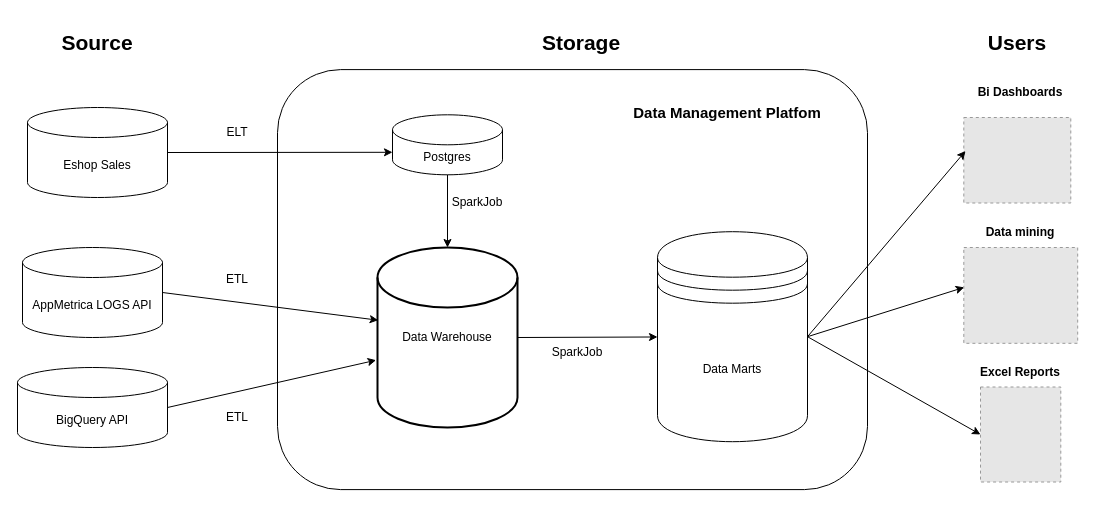
Earlier version of the draw.io diagram Module01/data_flow_architecture.drawio (highscreen/DE-101). Source tidied: cells renumbered, new cells numbered last; positions are measured from the earlier drawing's top-left corner, leaving out a move shared by most shapes. Both pictures are drawn from the tidied source at 100%, with x=0, y=0 at pixel (17, 27). Pictures stored in the file or linked from it are replaced by grey dashed boxes.
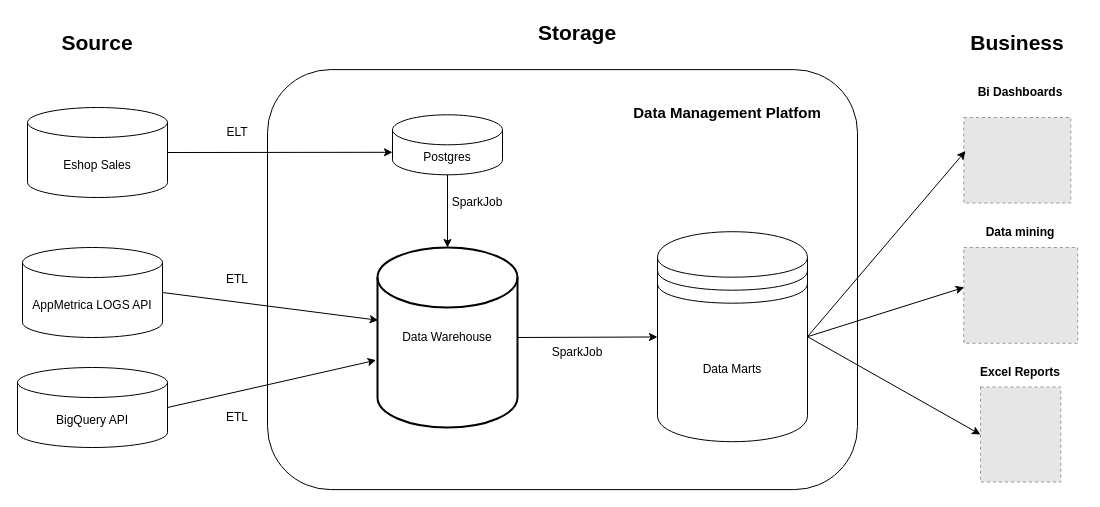
Above is the later version.

The edit, as a diff of the source:
```diff
@@
     <mxCell id="2" style="rounded=1;whiteSpace=wrap;html=1;fontStyle=1;" parent="1" vertex="1">
-      <mxGeometry x="260" y="42.1" width="590" height="420" as="geometry" />
+      <mxGeometry x="250" y="42.1" width="590" height="420" as="geometry" />
     </mxCell>
@@
     <mxCell id="22" value="&lt;b&gt;&lt;font style=&quot;font-size: 21px;&quot;&gt;Storage&lt;/font&gt;&lt;/b&gt;" style="text;strokeColor=none;align=center;fillColor=none;html=1;verticalAlign=middle;whiteSpace=wrap;rounded=0;" parent="1" vertex="1">
-      <mxGeometry x="534" width="60" height="30" as="geometry" />
+      <mxGeometry x="530" y="-10" width="60" height="30" as="geometry" />
     </mxCell>
-    <mxCell id="23" value="&lt;b&gt;&lt;font style=&quot;font-size: 21px;&quot;&gt;Users&lt;/font&gt;&lt;/b&gt;" style="text;strokeColor=none;align=center;fillColor=none;html=1;verticalAlign=middle;whiteSpace=wrap;rounded=0;" parent="1" vertex="1">
-      <mxGeometry x="969.8" width="60" height="30" as="geometry" />
+    <mxCell id="23" value="&lt;b&gt;&lt;font style=&quot;font-size: 21px;&quot;&gt;Business&lt;/font&gt;&lt;/b&gt;" style="text;strokeColor=none;align=center;fillColor=none;html=1;verticalAlign=middle;whiteSpace=wrap;rounded=0;" parent="1" vertex="1">
+      <mxGeometry x="969.8" width="60.2" height="30" as="geometry" />
     </mxCell>
```
